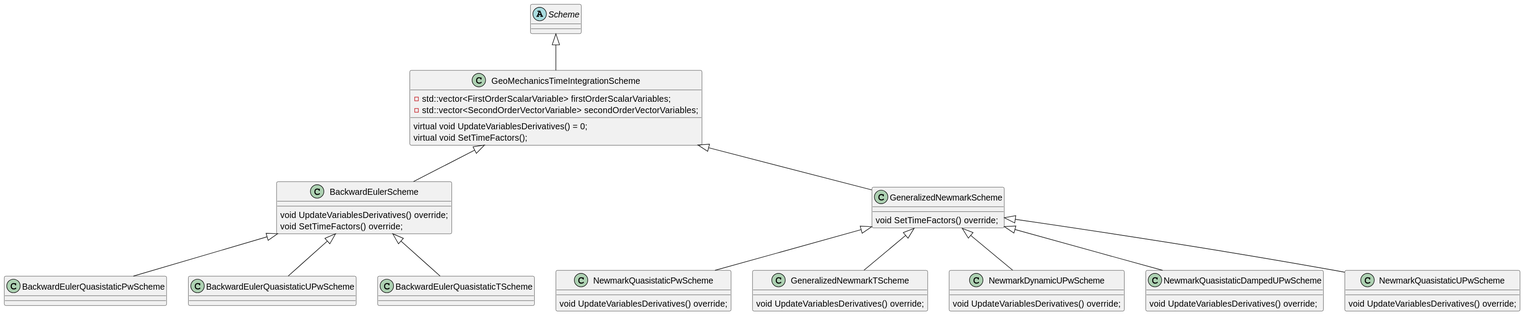
KratosMultiphysics/Kratos keeps this PlantUML diagram as applications/GeoMechanicsApplication/custom_strategies/schemes/SchemeStructure.svg. Above is the earlier version.
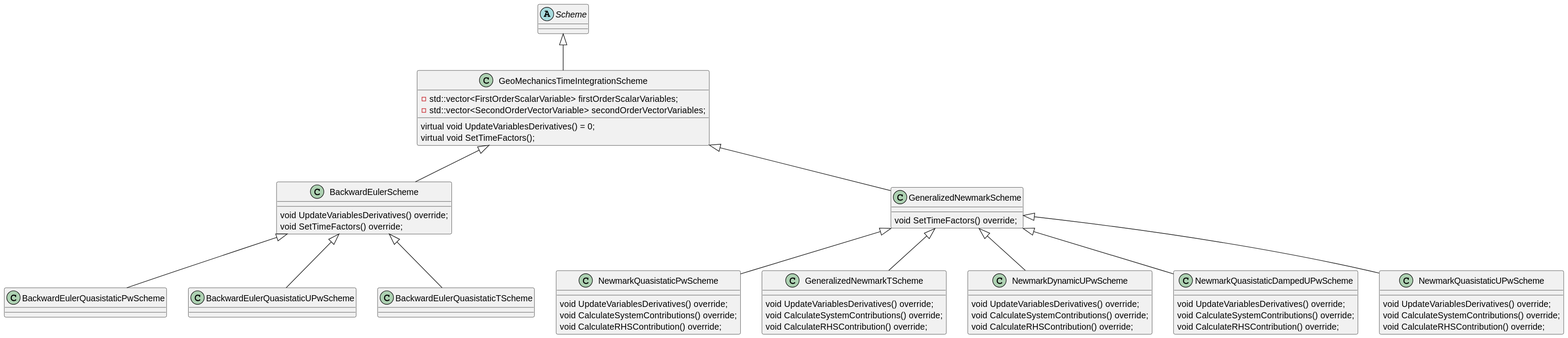
Above is the later version.

Change to the diagram source:
```diff
@@ -32,22 +32,32 @@
 class NewmarkQuasistaticPwScheme
 {
     void UpdateVariablesDerivatives() override;
+    void CalculateSystemContributions() override;
+    void CalculateRHSContribution() override;
 }
 class GeneralizedNewmarkTScheme
 {
     void UpdateVariablesDerivatives() override;
+    void CalculateSystemContributions() override;
+    void CalculateRHSContribution() override;
 }
 class NewmarkDynamicUPwScheme
 {
     void UpdateVariablesDerivatives() override;
+    void CalculateSystemContributions() override;
+    void CalculateRHSContribution() override;
 }
 class NewmarkQuasistaticDampedUPwScheme
 {
     void UpdateVariablesDerivatives() override;
+    void CalculateSystemContributions() override;
+    void CalculateRHSContribution() override;
 }
 class NewmarkQuasistaticUPwScheme
 {
     void UpdateVariablesDerivatives() override;
+    void CalculateSystemContributions() override;
+    void CalculateRHSContribution() override;
 }
 
 GeoMechanicsTimeIntegrationScheme <|-- GeneralizedNewmarkScheme
```
